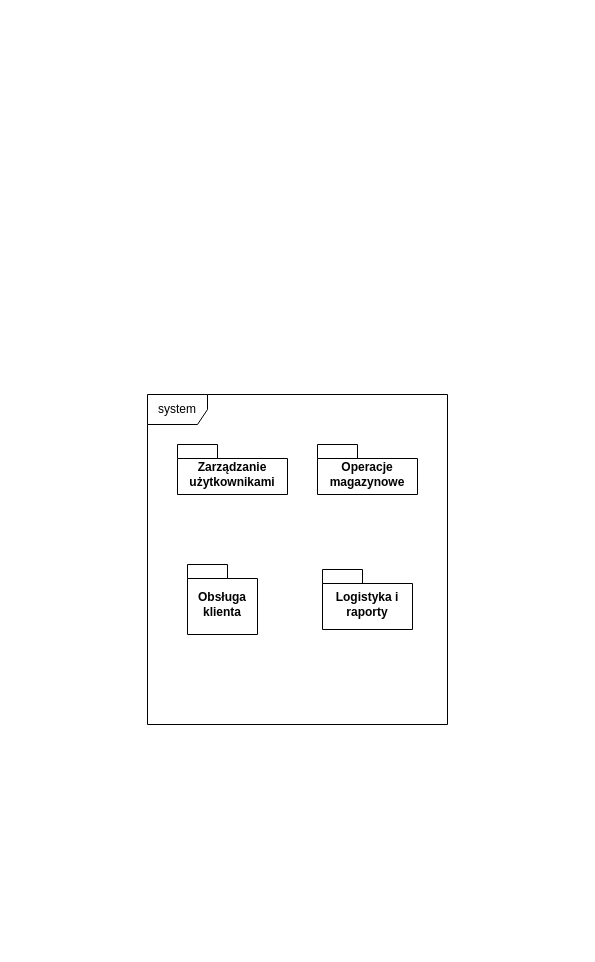
kacperMa25/In-ynieriaOprogramowania keeps this draw.io diagram as diagramy/PrzypadkiUzycia/DiagramKontekstowy.drawio. Above is the earlier version. Source tidied: cells renumbered, new cells numbered last; positions are measured from the earlier drawing's top-left corner, leaving out a move shared by most shapes. Both pictures are drawn from the tidied source at 100%, with x=0, y=0 at pixel (147, 394).
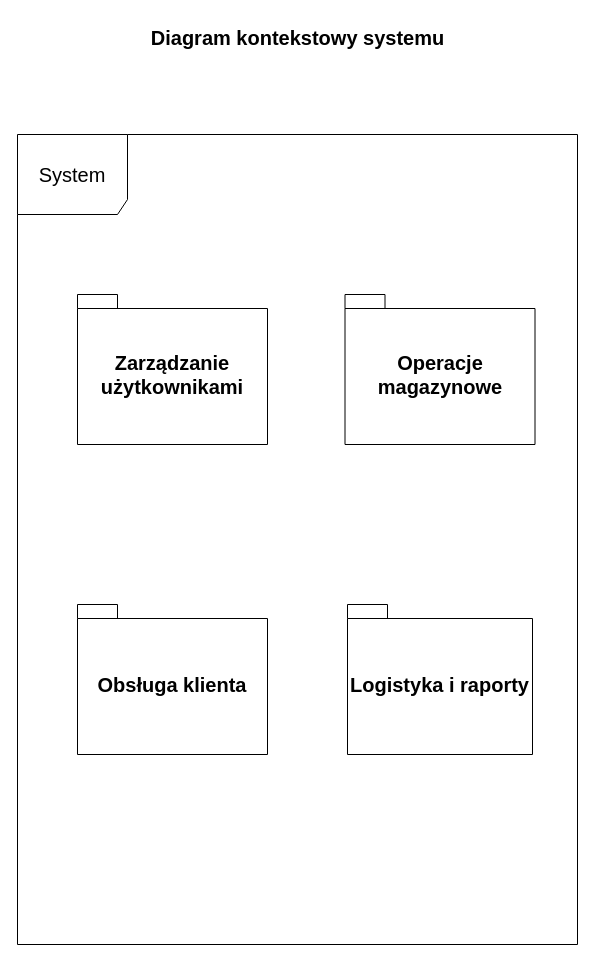
The same diagram, later.

Diff of the diagram source:
```diff
@@
 <mxGraphModel>
   <root>
     <mxCell id="0" />
     <mxCell id="1" parent="0" />
-    <mxCell id="2" value="system" style="shape=umlFrame;whiteSpace=wrap;html=1;" parent="1" vertex="1">
-      <mxGeometry width="300" height="330" as="geometry" />
+    <mxCell id="2" value="&lt;font style=&quot;font-size: 20px;&quot;&gt;System&lt;/font&gt;" style="shape=umlFrame;whiteSpace=wrap;html=1;width=110;height=80;" parent="1" vertex="1">
+      <mxGeometry x="-130" y="-260" width="560" height="810" as="geometry" />
     </mxCell>
-    <mxCell id="3" value="Zarządzanie użytkownikami" style="shape=folder;fontStyle=1;spacingTop=10;tabWidth=40;tabHeight=14;tabPosition=left;html=1;whiteSpace=wrap;" parent="1" vertex="1">
-      <mxGeometry x="30" y="50" width="110" height="50" as="geometry" />
+    <mxCell id="3" value="&lt;font style=&quot;font-size: 20px;&quot;&gt;Zarządzanie użytkownikami&lt;/font&gt;" style="shape=folder;fontStyle=1;spacingTop=10;tabWidth=40;tabHeight=14;tabPosition=left;html=1;whiteSpace=wrap;" parent="1" vertex="1">
+      <mxGeometry x="-70" y="-100" width="190" height="150" as="geometry" />
     </mxCell>
-    <mxCell id="4" value="Operacje magazynowe" style="shape=folder;fontStyle=1;spacingTop=10;tabWidth=40;tabHeight=14;tabPosition=left;html=1;whiteSpace=wrap;" parent="1" vertex="1">
-      <mxGeometry x="170" y="50" width="100" height="50" as="geometry" />
+    <mxCell id="4" value="&lt;font style=&quot;font-size: 20px;&quot;&gt;Operacje magazynowe&lt;/font&gt;" style="shape=folder;fontStyle=1;spacingTop=10;tabWidth=40;tabHeight=14;tabPosition=left;html=1;whiteSpace=wrap;" parent="1" vertex="1">
+      <mxGeometry x="197.5" y="-100" width="190" height="150" as="geometry" />
     </mxCell>
-    <mxCell id="5" value="Logistyka i raporty" style="shape=folder;fontStyle=1;spacingTop=10;tabWidth=40;tabHeight=14;tabPosition=left;html=1;whiteSpace=wrap;" parent="1" vertex="1">
-      <mxGeometry x="175" y="175" width="90" height="60" as="geometry" />
+    <mxCell id="5" value="&lt;font style=&quot;font-size: 20px;&quot;&gt;Logistyka i raporty&lt;/font&gt;" style="shape=folder;fontStyle=1;spacingTop=10;tabWidth=40;tabHeight=14;tabPosition=left;html=1;whiteSpace=wrap;" parent="1" vertex="1">
+      <mxGeometry x="200" y="210" width="185" height="150" as="geometry" />
     </mxCell>
-    <mxCell id="6" value="Obsługa klienta" style="shape=folder;fontStyle=1;spacingTop=10;tabWidth=40;tabHeight=14;tabPosition=left;html=1;whiteSpace=wrap;" parent="1" vertex="1">
-      <mxGeometry x="40" y="170" width="70" height="70" as="geometry" />
+    <mxCell id="6" value="&lt;font style=&quot;font-size: 20px;&quot;&gt;Obsługa klienta&lt;/font&gt;" style="shape=folder;fontStyle=1;spacingTop=10;tabWidth=40;tabHeight=14;tabPosition=left;html=1;whiteSpace=wrap;" parent="1" vertex="1">
+      <mxGeometry x="-70" y="210" width="190" height="150" as="geometry" />
     </mxCell>
+    <mxCell id="7" value="&lt;font style=&quot;font-size: 20px;&quot;&gt;&lt;b&gt;Diagram kontekstowy systemu&lt;/b&gt;&lt;/font&gt;" style="text;html=1;align=center;verticalAlign=middle;strokeColor=none;fillColor=none;" parent="1" vertex="1">
+      <mxGeometry x="-10" y="-377" width="320" height="40" as="geometry" />
+    </mxCell>
   </root>
 </mxGraphModel>
```
